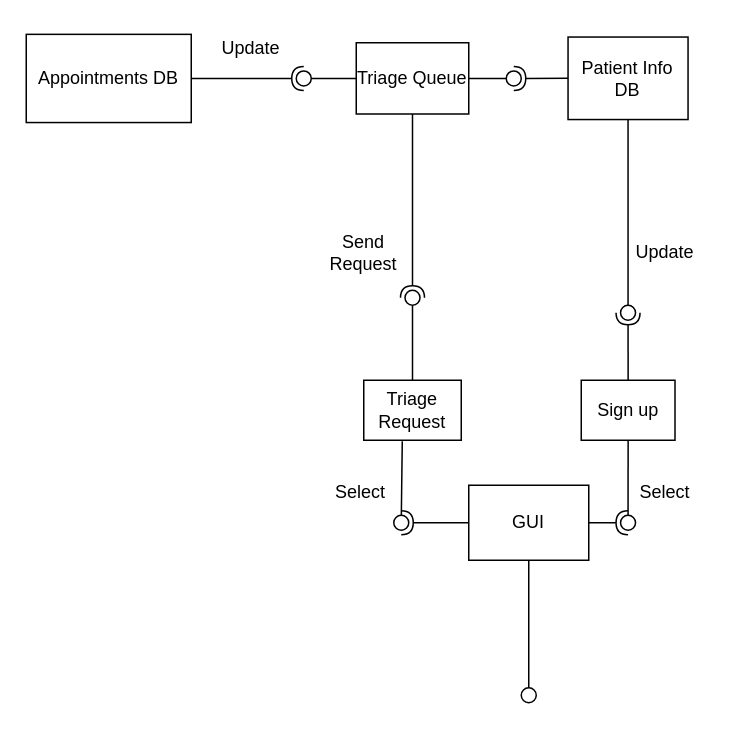
Before: JustinWork/Component.drawio in SENG-350-2024-fall/Team9, a draw.io diagram. Source tidied: cells renumbered, new cells numbered last; positions are measured from the earlier drawing's top-left corner, leaving out a move shared by most shapes. Both pictures are drawn from the tidied source at 150%, with x=0, y=0 at pixel (26, 26).
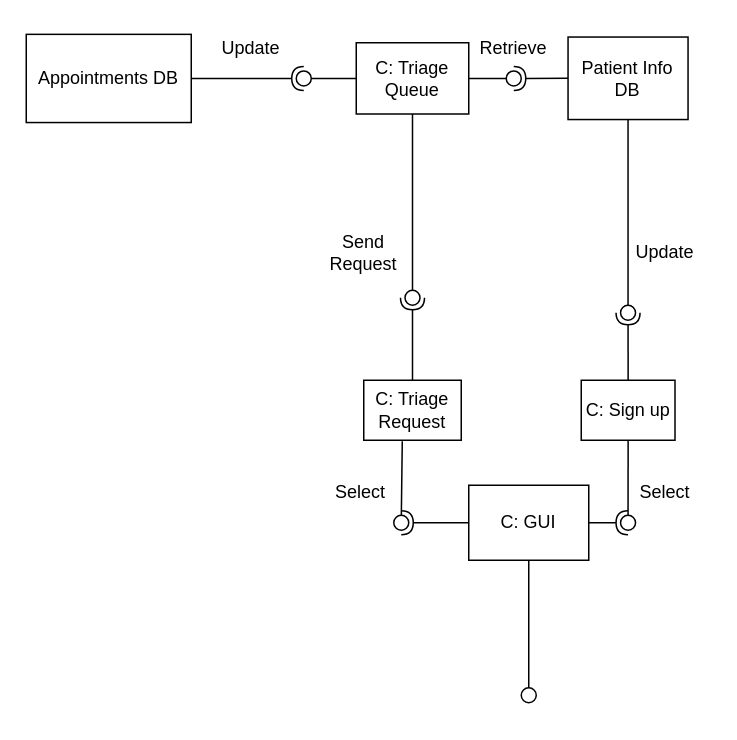
Above is the later version.

Unchanged cells that the change refers to:
```xml
<mxCell id="20" style="ellipse;whiteSpace=wrap;html=1;align=center;fillColor=none;strokeColor=none;perimeter=centerPerimeter;points=[];outlineConnect=1;" parent="1" vertex="1">
  <mxGeometry x="252.5" y="176" width="10" height="10" as="geometry" />
</mxCell>
```

The edit, as a diff of the source:
```diff
@@
-    <mxCell id="3" value="Triage Queue" style="rounded=0;whiteSpace=wrap;html=1;" parent="1" vertex="1">
+    <mxCell id="3" value="C: Triage Queue" style="rounded=0;whiteSpace=wrap;html=1;" parent="1" vertex="1">
       <mxGeometry x="220" y="11" width="75" height="47.5" as="geometry" />
     </mxCell>
-    <mxCell id="4" value="Sign up" style="rounded=0;whiteSpace=wrap;html=1;" parent="1" vertex="1">
+    <mxCell id="4" value="C: Sign up" style="rounded=0;whiteSpace=wrap;html=1;" parent="1" vertex="1">
       <mxGeometry x="370" y="236" width="62.5" height="40" as="geometry" />
     </mxCell>
-    <mxCell id="5" value="Triage Request" style="rounded=0;whiteSpace=wrap;html=1;" parent="1" vertex="1">
+    <mxCell id="5" value="C: Triage Request" style="rounded=0;whiteSpace=wrap;html=1;" parent="1" vertex="1">
       <mxGeometry x="225" y="236" width="65" height="40" as="geometry" />
     </mxCell>
-    <mxCell id="6" value="GUI" style="rounded=0;whiteSpace=wrap;html=1;" parent="1" vertex="1">
+    <mxCell id="6" value="C: GUI" style="rounded=0;whiteSpace=wrap;html=1;" parent="1" vertex="1">
       <mxGeometry x="295" y="306" width="80" height="50" as="geometry" />
     </mxCell>
@@
-    <mxCell id="18" style="rounded=0;jettySize=auto;html=1;endArrow=halfCircle;endFill=0;endSize=6;strokeWidth=1;sketch=0;exitX=0.5;exitY=1;exitDx=0;exitDy=0;" parent="1" edge="1" source="3" target="20">
+    <mxCell id="18" style="rounded=0;jettySize=auto;html=1;endArrow=halfCircle;endFill=0;endSize=6;strokeWidth=1;sketch=0;exitX=0.5;exitY=0;exitDx=0;exitDy=0;" parent="1" edge="1" source="5" target="20">
       <mxGeometry relative="1" as="geometry" />
     </mxCell>
-    <mxCell id="19" style="rounded=0;jettySize=auto;html=1;endArrow=oval;endFill=0;sketch=0;sourcePerimeterSpacing=0;targetPerimeterSpacing=0;endSize=10;exitX=0.5;exitY=0;exitDx=0;exitDy=0;" parent="1" edge="1" source="5" target="20">
+    <mxCell id="19" style="rounded=0;jettySize=auto;html=1;endArrow=oval;endFill=0;sketch=0;sourcePerimeterSpacing=0;targetPerimeterSpacing=0;endSize=10;exitX=0.5;exitY=1;exitDx=0;exitDy=0;" parent="1" edge="1" source="3" target="20">
       <mxGeometry relative="1" as="geometry" />
     </mxCell>
@@
+    <mxCell id="33" value="Retrieve" style="text;html=1;align=center;verticalAlign=middle;whiteSpace=wrap;rounded=0;" parent="1" vertex="1">
+      <mxGeometry x="295" y="-0.2" width="60" height="30" as="geometry" />
+    </mxCell>
```
